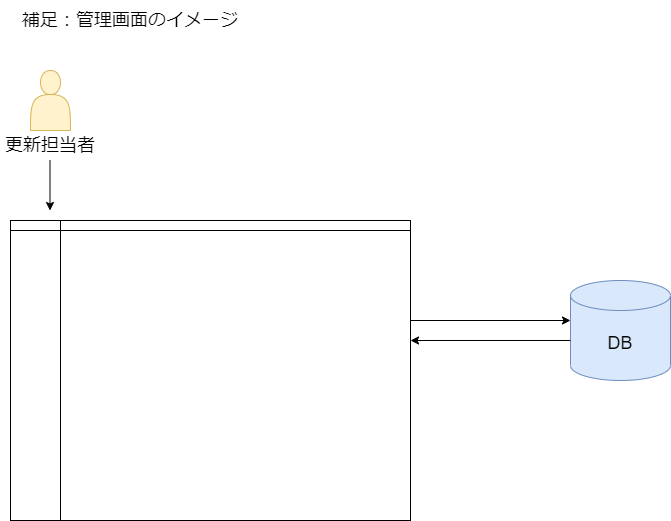
Earlier version of the draw.io export 補足.drawio.png (buyodo/webgis-doc). Source tidied: cells renumbered, new cells last; positions are measured from the earlier drawing's top-left corner, leaving out a move shared by most shapes. Its diagram source:
```xml
<mxGraphModel>
  <root>
    <mxCell id="0" />
    <mxCell id="1" parent="0" />
    <mxCell id="2" style="shape=internalStorage;whiteSpace=wrap;html=1;backgroundOutline=1;dx=50;dy=10;" parent="1" vertex="1">
      <mxGeometry x="10" y="220" width="400" height="300" as="geometry" />
    </mxCell>
    <mxCell id="3" value="補足：管理画面のイメージ" style="text;html=1;strokeColor=none;fillColor=none;align=center;verticalAlign=middle;whiteSpace=wrap;rounded=0;fontSize=18;" parent="1" vertex="1">
      <mxGeometry x="10" width="240" height="40" as="geometry" />
    </mxCell>
    <mxCell id="4" style="shape=actor;whiteSpace=wrap;html=1;fontSize=18;fillColor=#fff2cc;strokeColor=#d6b656;" parent="1" vertex="1">
      <mxGeometry x="30" y="70" width="40" height="60" as="geometry" />
    </mxCell>
    <mxCell id="5" value="更新担当者" style="text;html=1;strokeColor=none;fillColor=none;align=center;verticalAlign=middle;whiteSpace=wrap;rounded=0;fontSize=18;" parent="1" vertex="1">
      <mxGeometry y="130" width="100" height="30" as="geometry" />
    </mxCell>
    <mxCell id="6" style="endArrow=classic;html=1;rounded=0;fontSize=18;" parent="1" edge="1">
      <mxGeometry relative="1" as="geometry">
        <mxPoint x="49.5" y="160" as="sourcePoint" />
        <mxPoint x="49.5" y="210" as="targetPoint" />
      </mxGeometry>
    </mxCell>
    <mxCell id="7" value="DB" style="shape=cylinder3;whiteSpace=wrap;html=1;boundedLbl=1;backgroundOutline=1;size=15;fontSize=18;fillColor=#dae8fc;strokeColor=#6c8ebf;" parent="1" vertex="1">
      <mxGeometry x="570" y="280" width="100" height="100" as="geometry" />
    </mxCell>
    <mxCell id="8" style="endArrow=classic;html=1;rounded=0;fontSize=18;entryX=0;entryY=0.4;entryDx=0;entryDy=0;entryPerimeter=0;" parent="1" edge="1" target="7">
      <mxGeometry relative="1" as="geometry">
        <mxPoint x="410" y="320" as="sourcePoint" />
      </mxGeometry>
    </mxCell>
    <mxCell id="9" style="endArrow=classic;html=1;rounded=0;fontSize=18;entryX=1;entryY=0.4;entryDx=0;entryDy=0;entryPerimeter=0;" parent="1" edge="1" target="2">
      <mxGeometry relative="1" as="geometry">
        <mxPoint x="570" y="340" as="sourcePoint" />
      </mxGeometry>
    </mxCell>
  </root>
</mxGraphModel>
```
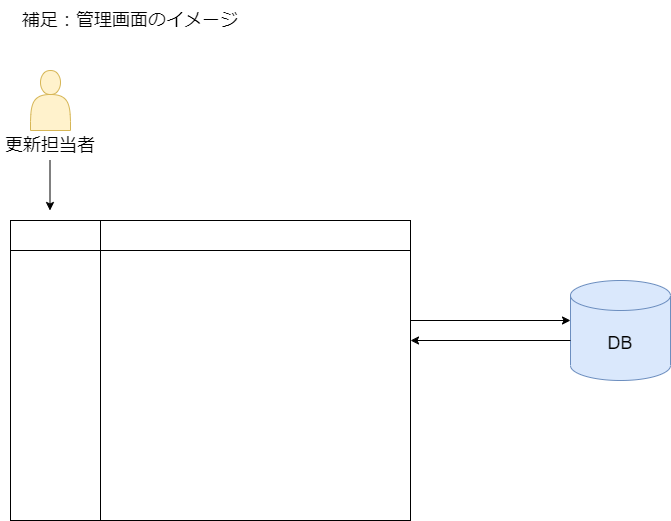
Above is the later version.

Commit message:
補足.drawio.png を更新します

The edit, as a diff of the source:
```diff
@@ -2,7 +2,7 @@
   <root>
     <mxCell id="0" />
     <mxCell id="1" parent="0" />
-    <mxCell id="2" style="shape=internalStorage;whiteSpace=wrap;html=1;backgroundOutline=1;dx=50;dy=10;" parent="1" vertex="1">
+    <mxCell id="2" style="shape=internalStorage;whiteSpace=wrap;html=1;backgroundOutline=1;dx=90;dy=30;" parent="1" vertex="1">
       <mxGeometry x="10" y="220" width="400" height="300" as="geometry" />
     </mxCell>
     <mxCell id="3" value="補足：管理画面のイメージ" style="text;html=1;strokeColor=none;fillColor=none;align=center;verticalAlign=middle;whiteSpace=wrap;rounded=0;fontSize=18;" parent="1" vertex="1">
```
